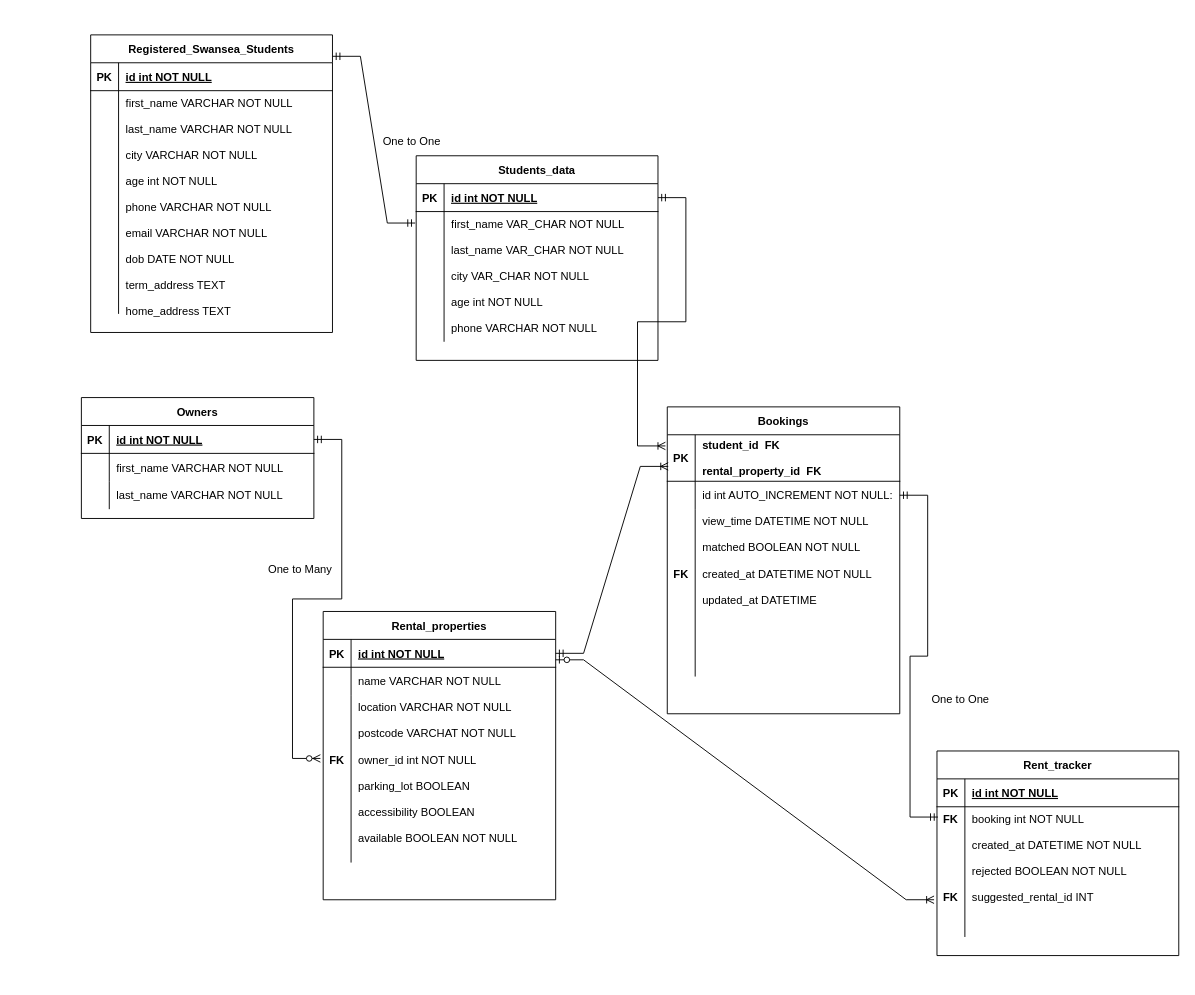
Before: Untitled Diagram.drawio in Eebru-gzy/Draw.io-repo, a draw.io diagram. Source tidied: cells renumbered, new cells numbered last; positions are measured from the earlier drawing's top-left corner, leaving out a move shared by most shapes. Both pictures are drawn from the tidied source at 93%, with x=0, y=0 at pixel (81, 34).
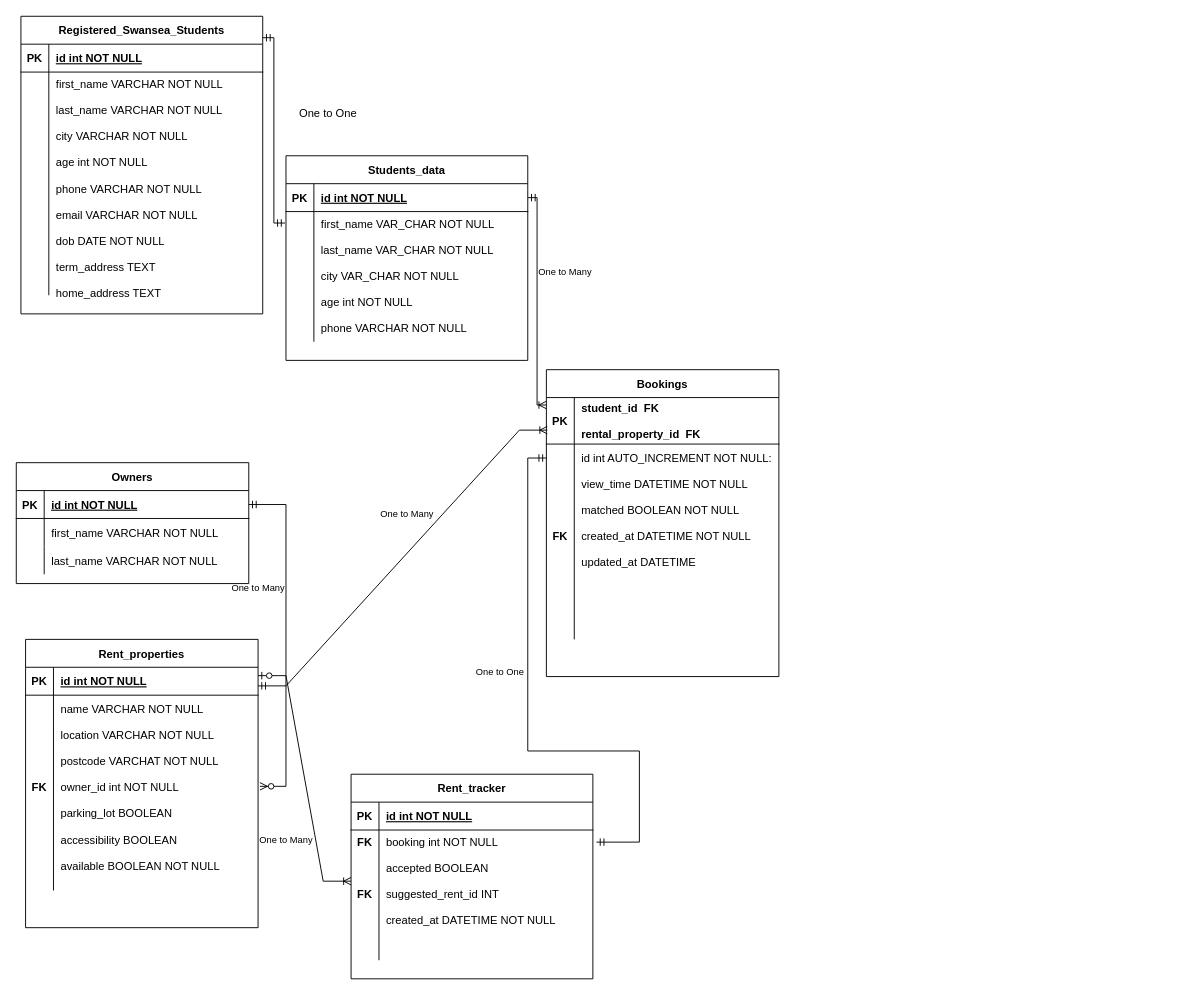
After the change.

The change refers to these unchanged cells:
```xml
<mxCell id="3" style="shape=partialRectangle;fillColor=none;points=[[0,0.5],[1,0.5]];portConstraint=eastwest;top=0;left=0;right=0;bottom=1;" parent="2" vertex="1">
  <mxGeometry y="30" width="250" height="30" as="geometry" />
</mxCell>
<mxCell id="9" style="shape=partialRectangle;fillColor=none;points=[[0,0.5],[1,0.5]];portConstraint=eastwest;top=0;left=0;right=0;bottom=0;" parent="2" vertex="1">
  <mxGeometry y="90" width="250" height="180" as="geometry" />
</mxCell>
<mxCell id="13" style="shape=partialRectangle;fillColor=none;points=[[0,0.5],[1,0.5]];portConstraint=eastwest;top=0;left=0;right=0;bottom=1;" parent="12" vertex="1">
  <mxGeometry y="30" width="250" height="30" as="geometry" />
</mxCell>
<mxCell id="30" style="shape=partialRectangle;fillColor=none;points=[[0,0.5],[1,0.5]];portConstraint=eastwest;top=0;left=0;right=0;bottom=1;" parent="29" vertex="1">
  <mxGeometry y="30" width="260" height="30" as="geometry" />
</mxCell>
<mxCell id="33" style="shape=partialRectangle;fillColor=none;points=[[0,0.5],[1,0.5]];portConstraint=eastwest;top=0;left=0;right=0;bottom=0;" parent="29" vertex="1">
  <mxGeometry y="60" width="260" height="140" as="geometry" />
</mxCell>
<mxCell id="41" style="shape=partialRectangle;fillColor=none;points=[[0,0.5],[1,0.5]];portConstraint=eastwest;top=0;left=0;right=0;bottom=1;" parent="40" vertex="1">
  <mxGeometry y="30" width="250" height="50" as="geometry" />
</mxCell>
<mxCell id="44" style="shape=partialRectangle;fillColor=none;points=[[0,0.5],[1,0.5]];portConstraint=eastwest;top=0;left=0;right=0;bottom=0;" parent="40" vertex="1">
  <mxGeometry y="80" width="250" height="30" as="geometry" />
</mxCell>
<mxCell id="56" style="shape=partialRectangle;fillColor=none;points=[[0,0.5],[1,0.5]];portConstraint=eastwest;top=0;left=0;right=0;bottom=0;" parent="52" vertex="1">
  <mxGeometry y="60" width="260" height="140" as="geometry" />
</mxCell>
```

Diff of the diagram source:
```diff
@@
-    <mxCell id="2" value="Rental_properties" style="shape=table;startSize=30;childLayout=tableLayout;rowLines=0;fontStyle=1;align=center;" parent="1" vertex="1">
-      <mxGeometry x="260" y="620" width="250" height="310" as="geometry" />
+    <mxCell id="2" value="Rent_properties" style="shape=table;startSize=30;childLayout=tableLayout;rowLines=0;fontStyle=1;align=center;" parent="1" vertex="1">
+      <mxGeometry x="-60" y="650" width="250" height="310" as="geometry" />
     </mxCell>
@@
     <mxCell id="12" value="Owners" style="shape=table;startSize=30;childLayout=tableLayout;rowLines=0;fontStyle=1;align=center;" parent="1" vertex="1">
-      <mxGeometry y="390" width="250" height="130" as="geometry" />
+      <mxGeometry x="-70" y="460" width="250" height="130" as="geometry" />
     </mxCell>
@@
     <mxCell id="22" value="Registered_Swansea_Students" style="shape=table;startSize=30;childLayout=tableLayout;rowLines=0;fontStyle=1;align=center;" parent="1" vertex="1">
-      <mxGeometry x="10" width="260" height="320" as="geometry" />
+      <mxGeometry x="-65" y="-20" width="260" height="320" as="geometry" />
     </mxCell>
@@
     <mxCell id="29" value="Students_data" style="shape=table;startSize=30;childLayout=tableLayout;rowLines=0;fontStyle=1;align=center;" parent="1" vertex="1">
-      <mxGeometry x="360" y="130" width="260" height="220" as="geometry" />
+      <mxGeometry x="220" y="130" width="260" height="220" as="geometry" />
     </mxCell>
@@
-    <mxCell id="36" style="edgeStyle=entityRelationEdgeStyle;fontSize=12;html=1;endArrow=ERmandOne;startArrow=ERmandOne;rounded=0;exitX=1;exitY=0.072;exitDx=0;exitDy=0;exitPerimeter=0;entryX=-0.004;entryY=0.088;entryDx=0;entryDy=0;entryPerimeter=0;" parent="1" edge="1" source="22" target="33">
+    <mxCell id="36" style="edgeStyle=elbowEdgeStyle;fontSize=12;html=1;endArrow=ERmandOne;startArrow=ERmandOne;rounded=0;exitX=1;exitY=0.072;exitDx=0;exitDy=0;exitPerimeter=0;entryX=-0.004;entryY=0.088;entryDx=0;entryDy=0;entryPerimeter=0;" parent="1" edge="1" source="22" target="33">
       <mxGeometry relative="1" as="geometry" />
     </mxCell>
-    <mxCell id="37" style="edgeStyle=entityRelationEdgeStyle;fontSize=12;html=1;endArrow=ERzeroToMany;startArrow=ERmandOne;rounded=0;exitX=1;exitY=0.5;exitDx=0;exitDy=0;entryX=-0.012;entryY=0.378;entryDx=0;entryDy=0;entryPerimeter=0;" parent="1" edge="1" source="13" target="9">
-      <mxGeometry relative="1" as="geometry" />
+    <mxCell id="37" style="edgeStyle=orthogonalEdgeStyle;fontSize=12;html=1;endArrow=ERzeroToMany;startArrow=ERmandOne;rounded=0;exitX=1;exitY=0.5;exitDx=0;exitDy=0;entryX=1.008;entryY=0.378;entryDx=0;entryDy=0;entryPerimeter=0;" parent="1" edge="1" source="13" target="9">
+      <mxGeometry relative="1" as="geometry">
+        <Array as="points">
+          <mxPoint x="220" y="505" />
+          <mxPoint x="220" y="808" />
+        </Array>
+      </mxGeometry>
     </mxCell>
-    <mxCell id="38" value="One to Many" style="text;html=1;align=center;verticalAlign=middle;strokeColor=none;fillColor=none;" parent="1" vertex="1">
-      <mxGeometry x="190" y="560" width="90" height="30" as="geometry" />
-    </mxCell>
     <mxCell id="39" value="One to One" style="text;html=1;align=center;verticalAlign=middle;strokeColor=none;fillColor=none;" parent="1" vertex="1">
-      <mxGeometry x="310" y="100" width="90" height="30" as="geometry" />
+      <mxGeometry x="220" y="70" width="90" height="30" as="geometry" />
     </mxCell>
     <mxCell id="40" value="Bookings" style="shape=table;startSize=30;childLayout=tableLayout;rowLines=0;fontStyle=1;align=center;" parent="1" vertex="1">
-      <mxGeometry x="630" y="400" width="250" height="330" as="geometry" />
+      <mxGeometry x="500" y="360" width="250" height="330" as="geometry" />
     </mxCell>
@@
-    <mxCell id="50" style="edgeStyle=entityRelationEdgeStyle;fontSize=12;html=1;endArrow=ERoneToMany;startArrow=ERmandOne;rounded=0;elbow=vertical;exitX=1;exitY=0.5;exitDx=0;exitDy=0;entryX=0.004;entryY=0.68;entryDx=0;entryDy=0;entryPerimeter=0;" parent="1" edge="1" source="3" target="41">
-      <mxGeometry relative="1" as="geometry" />
+    <mxCell id="50" style="edgeStyle=entityRelationEdgeStyle;fontSize=12;html=1;endArrow=ERoneToMany;startArrow=ERmandOne;rounded=0;elbow=vertical;entryX=0.004;entryY=0.7;entryDx=0;entryDy=0;entryPerimeter=0;" parent="1" edge="1" target="41">
+      <mxGeometry relative="1" as="geometry">
+        <mxPoint x="190" y="700" as="sourcePoint" />
+      </mxGeometry>
     </mxCell>
-    <mxCell id="51" style="edgeStyle=entityRelationEdgeStyle;fontSize=12;html=1;endArrow=ERoneToMany;startArrow=ERmandOne;rounded=0;elbow=vertical;exitX=1;exitY=0.5;exitDx=0;exitDy=0;entryX=-0.008;entryY=0.24;entryDx=0;entryDy=0;entryPerimeter=0;" parent="1" edge="1" source="30" target="41">
+    <mxCell id="51" style="edgeStyle=elbowEdgeStyle;fontSize=12;html=1;endArrow=ERoneToMany;startArrow=ERmandOne;rounded=0;exitX=1;exitY=0.5;exitDx=0;exitDy=0;entryX=0;entryY=0.16;entryDx=0;entryDy=0;entryPerimeter=0;" parent="1" edge="1" source="30" target="41">
       <mxGeometry relative="1" as="geometry" />
     </mxCell>
     <mxCell id="52" value="Rent_tracker" style="shape=table;startSize=30;childLayout=tableLayout;rowLines=0;fontStyle=1;align=center;" parent="1" vertex="1">
-      <mxGeometry x="920" y="770" width="260" height="220" as="geometry" />
+      <mxGeometry x="290" y="795" width="260" height="220" as="geometry" />
     </mxCell>
@@
-    <mxCell id="57" value="FK&#10;&#10;&#10;&#10;&#10;&#10;FK" style="shape=partialRectangle;overflow=hidden;fillColor=none;top=0;left=0;bottom=0;right=0;verticalAlign=top;fontStyle=1;" parent="56" vertex="1">
+    <mxCell id="57" value="FK&#10;&#10;&#10;&#10;FK" style="shape=partialRectangle;overflow=hidden;fillColor=none;top=0;left=0;bottom=0;right=0;verticalAlign=top;fontStyle=1;" parent="56" vertex="1">
       <mxGeometry width="30" height="140" as="geometry" />
     </mxCell>
-    <mxCell id="58" value="booking int NOT NULL&#10;&#10;created_at DATETIME NOT NULL&#10;&#10;rejected BOOLEAN NOT NULL&#10;&#10;suggested_rental_id INT&#10;&#10;" style="shape=partialRectangle;overflow=hidden;fillColor=none;top=0;left=0;bottom=0;right=0;align=left;spacingLeft=6;verticalAlign=top;fontStyle=0;" parent="56" vertex="1">
+    <mxCell id="58" value="booking int NOT NULL&#10;&#10;accepted BOOLEAN&#10;&#10;suggested_rent_id INT&#10;&#10;created_at DATETIME NOT NULL&#10;" style="shape=partialRectangle;overflow=hidden;fillColor=none;top=0;left=0;bottom=0;right=0;align=left;spacingLeft=6;verticalAlign=top;fontStyle=0;" parent="56" vertex="1">
       <mxGeometry x="30" width="230" height="140" as="geometry" />
     </mxCell>
-    <mxCell id="59" style="edgeStyle=entityRelationEdgeStyle;fontSize=12;html=1;endArrow=ERmandOne;startArrow=ERmandOne;rounded=0;exitX=1;exitY=0.5;exitDx=0;exitDy=0;entryX=0.004;entryY=0.079;entryDx=0;entryDy=0;entryPerimeter=0;" parent="1" edge="1" source="44" target="56">
-      <mxGeometry relative="1" as="geometry" />
-    </mxCell>
-    <mxCell id="60" value="One to One" style="text;html=1;align=center;verticalAlign=middle;strokeColor=none;fillColor=none;" parent="1" vertex="1">
-      <mxGeometry x="900" y="700" width="90" height="30" as="geometry" />
+    <mxCell id="60" value="One to One" style="text;html=1;align=center;verticalAlign=middle;strokeColor=none;fillColor=none;fontSize=10;" parent="1" vertex="1">
+      <mxGeometry x="410" y="670" width="80" height="30" as="geometry" />
     </mxCell>
-    <mxCell id="61" style="edgeStyle=entityRelationEdgeStyle;fontSize=12;html=1;endArrow=ERoneToMany;startArrow=ERzeroToOne;rounded=0;entryX=-0.012;entryY=0.714;entryDx=0;entryDy=0;entryPerimeter=0;exitX=1;exitY=0.733;exitDx=0;exitDy=0;exitPerimeter=0;" parent="1" edge="1" source="3" target="56">
-      <mxGeometry relative="1" as="geometry" />
+    <mxCell id="61" style="edgeStyle=entityRelationEdgeStyle;fontSize=12;html=1;endArrow=ERoneToMany;startArrow=ERzeroToOne;rounded=0;exitX=1;exitY=0.3;exitDx=0;exitDy=0;exitPerimeter=0;" parent="1" edge="1" source="3">
+      <mxGeometry relative="1" as="geometry">
+        <mxPoint x="290" y="910" as="targetPoint" />
+      </mxGeometry>
     </mxCell>
+    <mxCell id="62" value="One to Many" style="text;html=1;align=center;verticalAlign=middle;strokeColor=none;fillColor=none;fontSize=10;" parent="1" vertex="1">
+      <mxGeometry x="180" y="850" width="80" height="30" as="geometry" />
+    </mxCell>
+    <mxCell id="63" value="One to Many" style="text;html=1;align=center;verticalAlign=middle;strokeColor=none;fillColor=none;fontSize=10;" parent="1" vertex="1">
+      <mxGeometry x="310" y="500" width="80" height="30" as="geometry" />
+    </mxCell>
+    <mxCell id="64" value="One to Many" style="text;html=1;align=center;verticalAlign=middle;strokeColor=none;fillColor=none;fontSize=10;" parent="1" vertex="1">
+      <mxGeometry x="480" y="240" width="80" height="30" as="geometry" />
+    </mxCell>
+    <mxCell id="65" value="One to Many" style="text;html=1;align=center;verticalAlign=middle;strokeColor=none;fillColor=none;fontSize=10;" parent="1" vertex="1">
+      <mxGeometry x="150" y="580" width="80" height="30" as="geometry" />
+    </mxCell>
+    <mxCell id="59" style="edgeStyle=orthogonalEdgeStyle;fontSize=12;html=1;endArrow=ERmandOne;startArrow=ERmandOne;rounded=0;entryX=1.015;entryY=0.093;entryDx=0;entryDy=0;entryPerimeter=0;exitX=0;exitY=0.5;exitDx=0;exitDy=0;" parent="1" edge="1" source="44" target="56">
+      <mxGeometry relative="1" as="geometry">
+        <Array as="points">
+          <mxPoint x="480" y="455" />
+          <mxPoint x="480" y="770" />
+          <mxPoint x="600" y="770" />
+          <mxPoint x="600" y="868" />
+        </Array>
+      </mxGeometry>
+    </mxCell>
```
